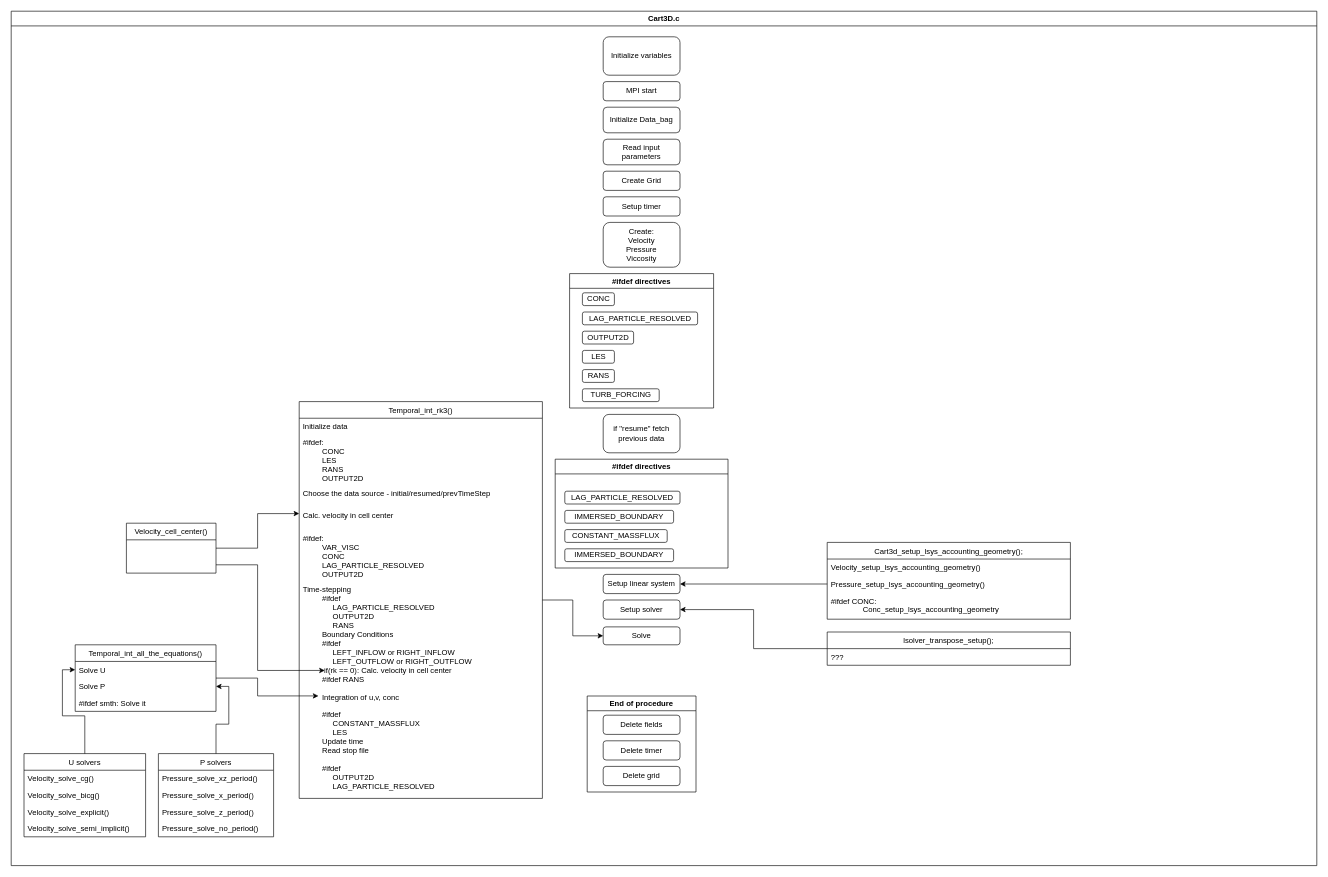
This is Untitled Diagram.drawio from metialex/h5ToVTK, a draw.io file, before an edit. Source tidied: cells renumbered, new cells numbered last; positions are measured from the earlier drawing's top-left corner, leaving out a move shared by most shapes. Both pictures are drawn from the tidied source at 64%, with x=0, y=0 at pixel (11, 11).
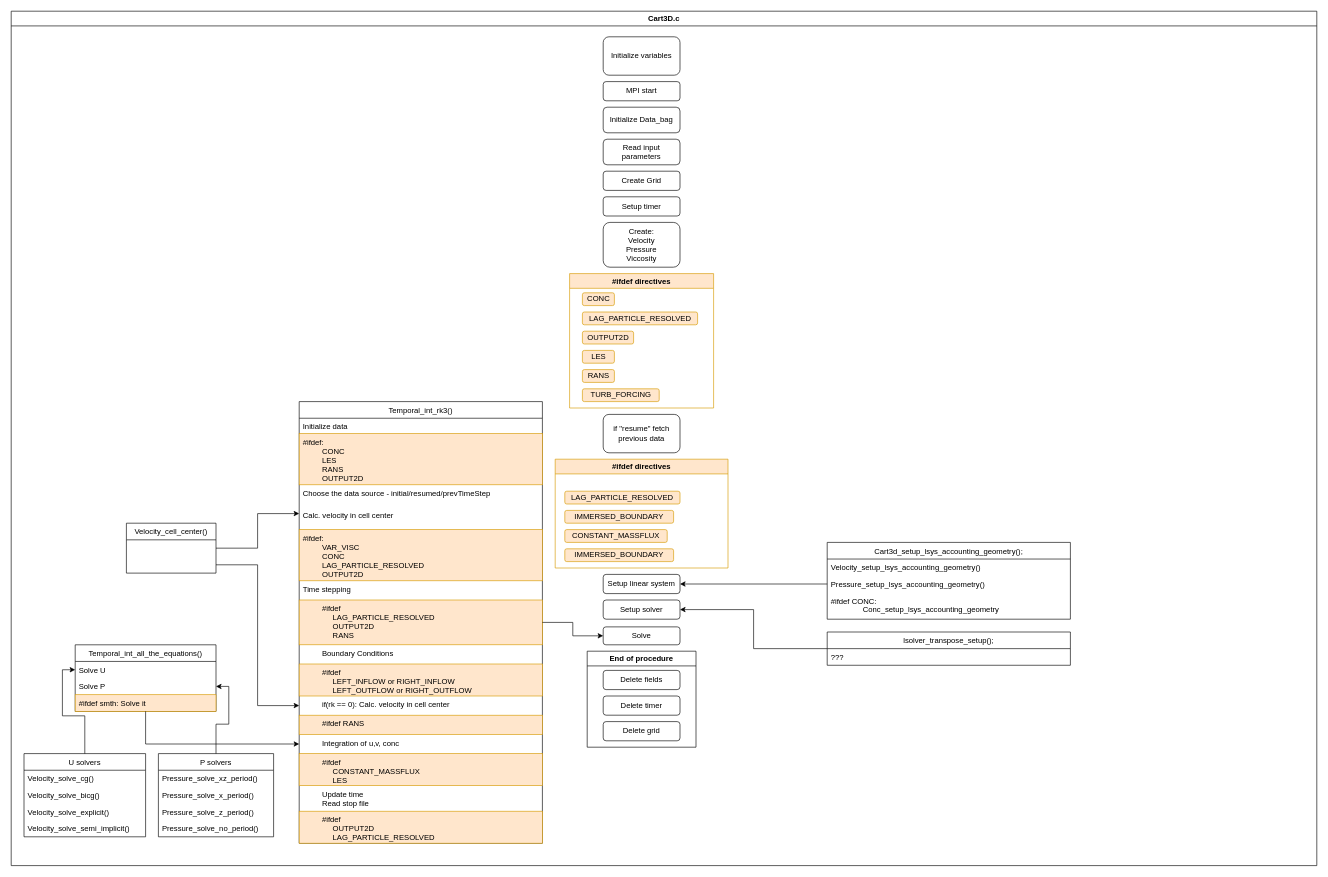
The same diagram, later.

The change refers to these unchanged cells:
```xml
<mxCell id="2" value="Cart3D.c" style="swimlane;" parent="1" vertex="1">
  <mxGeometry width="2040" height="1335" as="geometry" />
</mxCell>
<mxCell id="19" value=" " style="text;strokeColor=none;fillColor=none;align=left;verticalAlign=top;spacingLeft=4;spacingRight=4;overflow=hidden;points=[[0,0.5],[1,0.5]];portConstraint=eastwest;" parent="17" vertex="1">
  <mxGeometry y="52" width="140" height="26" as="geometry" />
</mxCell>
<mxCell id="27" value="Temporal_int_all_the_equations()" style="swimlane;fontStyle=0;horizontal=1;startSize=26;fillColor=none;" parent="2" vertex="1">
  <mxGeometry x="100" y="990" width="220" height="104" as="geometry" />
</mxCell>
```

What changed in the source:
```diff
@@
-    <mxCell id="10" value="#ifdef directives" style="swimlane;" parent="2" vertex="1">
+    <mxCell id="10" value="#ifdef directives" style="swimlane;fillColor=#ffe6cc;strokeColor=#d79b00;" parent="2" vertex="1">
       <mxGeometry x="872.5" y="410" width="225" height="210" as="geometry" />
     </mxCell>
-    <mxCell id="11" value="CONC" style="rounded=1;whiteSpace=wrap;html=1;" parent="10" vertex="1">
+    <mxCell id="11" value="CONC" style="rounded=1;whiteSpace=wrap;html=1;fillColor=#ffe6cc;strokeColor=#d79b00;" parent="10" vertex="1">
       <mxGeometry x="20" y="30" width="50" height="20" as="geometry" />
     </mxCell>
-    <mxCell id="12" value="LAG_PARTICLE_RESOLVED" style="rounded=1;whiteSpace=wrap;html=1;" parent="10" vertex="1">
+    <mxCell id="12" value="LAG_PARTICLE_RESOLVED" style="rounded=1;whiteSpace=wrap;html=1;fillColor=#ffe6cc;strokeColor=#d79b00;" parent="10" vertex="1">
       <mxGeometry x="20" y="60" width="180" height="20" as="geometry" />
     </mxCell>
-    <mxCell id="13" value="OUTPUT2D" style="rounded=1;whiteSpace=wrap;html=1;" parent="10" vertex="1">
+    <mxCell id="13" value="OUTPUT2D" style="rounded=1;whiteSpace=wrap;html=1;fillColor=#ffe6cc;strokeColor=#d79b00;" parent="10" vertex="1">
       <mxGeometry x="20" y="90" width="80" height="20" as="geometry" />
     </mxCell>
-    <mxCell id="14" value="LES" style="rounded=1;whiteSpace=wrap;html=1;" parent="10" vertex="1">
+    <mxCell id="14" value="LES" style="rounded=1;whiteSpace=wrap;html=1;fillColor=#ffe6cc;strokeColor=#d79b00;" parent="10" vertex="1">
       <mxGeometry x="20" y="120" width="50" height="20" as="geometry" />
     </mxCell>
-    <mxCell id="15" value="RANS" style="rounded=1;whiteSpace=wrap;html=1;" parent="10" vertex="1">
+    <mxCell id="15" value="RANS" style="rounded=1;whiteSpace=wrap;html=1;fillColor=#ffe6cc;strokeColor=#d79b00;" parent="10" vertex="1">
       <mxGeometry x="20" y="150" width="50" height="20" as="geometry" />
     </mxCell>
-    <mxCell id="16" value="TURB_FORCING" style="rounded=1;whiteSpace=wrap;html=1;" parent="10" vertex="1">
+    <mxCell id="16" value="TURB_FORCING" style="rounded=1;whiteSpace=wrap;html=1;fillColor=#ffe6cc;strokeColor=#d79b00;" parent="10" vertex="1">
       <mxGeometry x="20" y="180" width="120" height="20" as="geometry" />
     </mxCell>
@@
     <mxCell id="20" value="Temporal_int_rk3()" style="swimlane;fontStyle=0;horizontal=1;startSize=26;fillColor=none;" parent="2" vertex="1">
-      <mxGeometry x="450" y="610" width="380" height="620" as="geometry" />
+      <mxGeometry x="450" y="610" width="380" height="690" as="geometry" />
     </mxCell>
@@
-    <mxCell id="22" value="#ifdef:&#10;         CONC&#10;         LES&#10;         RANS&#10;         OUTPUT2D&#10;&#10;" style="text;strokeColor=none;fillColor=none;align=left;verticalAlign=top;spacingLeft=4;spacingRight=4;overflow=hidden;" parent="20" vertex="1">
+    <mxCell id="22" value="#ifdef:&#10;         CONC&#10;         LES&#10;         RANS&#10;         OUTPUT2D&#10;&#10;" style="text;strokeColor=#d79b00;fillColor=#ffe6cc;align=left;verticalAlign=top;spacingLeft=4;spacingRight=4;overflow=hidden;" parent="20" vertex="1">
       <mxGeometry y="50" width="380" height="80" as="geometry" />
     </mxCell>
@@
-    <mxCell id="25" value="#ifdef:&#10;         VAR_VISC&#10;         CONC&#10;         LAG_PARTICLE_RESOLVED&#10;         OUTPUT2D&#10;" style="text;strokeColor=none;fillColor=none;align=left;verticalAlign=top;spacingLeft=4;spacingRight=4;overflow=hidden;" parent="20" vertex="1">
+    <mxCell id="25" value="#ifdef:&#10;         VAR_VISC&#10;         CONC&#10;         LAG_PARTICLE_RESOLVED&#10;         OUTPUT2D&#10;" style="text;strokeColor=#d79b00;fillColor=#ffe6cc;align=left;verticalAlign=top;spacingLeft=4;spacingRight=4;overflow=hidden;" parent="20" vertex="1">
       <mxGeometry y="200" width="380" height="80" as="geometry" />
     </mxCell>
-    <mxCell id="26" value="Time-stepping&#10;         #ifdef&#10;              LAG_PARTICLE_RESOLVED&#10;              OUTPUT2D&#10;              RANS&#10;         Boundary Conditions&#10;         #ifdef&#10;              LEFT_INFLOW or RIGHT_INFLOW&#10;              LEFT_OUTFLOW or RIGHT_OUTFLOW&#10;          if(rk == 0): Calc. velocity in cell center&#10;         #ifdef RANS&#10;      &#10;         Integration of u,v, conc&#10;&#10;         #ifdef&#10;              CONSTANT_MASSFLUX&#10;              LES&#10;         Update time&#10;         Read stop file&#10;&#10;         #ifdef&#10;              OUTPUT2D&#10;              LAG_PARTICLE_RESOLVED&#10;&#10;         &#10;&#10;&#10;" style="text;strokeColor=none;fillColor=none;align=left;verticalAlign=top;spacingLeft=4;spacingRight=4;overflow=hidden;points=[[0,0.5],[1,0.5]];portConstraint=eastwest;" parent="20" vertex="1">
-      <mxGeometry y="280" width="380" height="340" as="geometry" />
-    </mxCell>
+    <mxCell id="68" value="Time stepping" style="text;strokeColor=none;fillColor=none;align=left;verticalAlign=top;spacingLeft=4;spacingRight=4;overflow=hidden;" parent="20" vertex="1">
+      <mxGeometry y="280" width="380" height="30" as="geometry" />
+    </mxCell>
+    <mxCell id="69" value="         #ifdef&#10;              LAG_PARTICLE_RESOLVED&#10;              OUTPUT2D&#10;              RANS" style="text;strokeColor=#d79b00;fillColor=#ffe6cc;align=left;verticalAlign=top;spacingLeft=4;spacingRight=4;overflow=hidden;" parent="20" vertex="1">
+      <mxGeometry y="310" width="380" height="70" as="geometry" />
+    </mxCell>
+    <mxCell id="70" value="         Boundary Conditions" style="text;strokeColor=none;fillColor=none;align=left;verticalAlign=top;spacingLeft=4;spacingRight=4;overflow=hidden;" parent="20" vertex="1">
+      <mxGeometry y="380" width="380" height="30" as="geometry" />
+    </mxCell>
+    <mxCell id="71" value="         #ifdef&#10;              LEFT_INFLOW or RIGHT_INFLOW&#10;              LEFT_OUTFLOW or RIGHT_OUTFLOW" style="text;strokeColor=#d79b00;fillColor=#ffe6cc;align=left;verticalAlign=top;spacingLeft=4;spacingRight=4;overflow=hidden;" parent="20" vertex="1">
+      <mxGeometry y="410" width="380" height="50" as="geometry" />
+    </mxCell>
+    <mxCell id="72" value="         if(rk == 0): Calc. velocity in cell center" style="text;strokeColor=none;fillColor=none;align=left;verticalAlign=top;spacingLeft=4;spacingRight=4;overflow=hidden;points=[[0,0.5],[1,0.5]];portConstraint=eastwest;" parent="20" vertex="1">
+      <mxGeometry y="460" width="380" height="30" as="geometry" />
+    </mxCell>
+    <mxCell id="73" value="         #ifdef RANS" style="text;strokeColor=#d79b00;fillColor=#ffe6cc;align=left;verticalAlign=top;spacingLeft=4;spacingRight=4;overflow=hidden;" parent="20" vertex="1">
+      <mxGeometry y="490" width="380" height="30" as="geometry" />
+    </mxCell>
+    <mxCell id="74" value="         Integration of u,v, conc" style="text;strokeColor=none;fillColor=none;align=left;verticalAlign=top;spacingLeft=4;spacingRight=4;overflow=hidden;points=[[0,0.5],[1,0.5]];portConstraint=eastwest;" parent="20" vertex="1">
+      <mxGeometry y="520" width="380" height="30" as="geometry" />
+    </mxCell>
+    <mxCell id="75" value="         #ifdef&#10;              CONSTANT_MASSFLUX&#10;              LES" style="text;strokeColor=#d79b00;fillColor=#ffe6cc;align=left;verticalAlign=top;spacingLeft=4;spacingRight=4;overflow=hidden;" parent="20" vertex="1">
+      <mxGeometry y="550" width="380" height="50" as="geometry" />
+    </mxCell>
+    <mxCell id="76" value="         Update time&#10;         Read stop file" style="text;strokeColor=none;fillColor=none;align=left;verticalAlign=top;spacingLeft=4;spacingRight=4;overflow=hidden;" parent="20" vertex="1">
+      <mxGeometry y="600" width="380" height="40" as="geometry" />
+    </mxCell>
+    <mxCell id="77" value="         #ifdef&#10;              OUTPUT2D&#10;              LAG_PARTICLE_RESOLVED" style="text;strokeColor=#d79b00;fillColor=#ffe6cc;align=left;verticalAlign=top;spacingLeft=4;spacingRight=4;overflow=hidden;" parent="20" vertex="1">
+      <mxGeometry y="640" width="380" height="50" as="geometry" />
+    </mxCell>
@@
-    <mxCell id="30" value="#ifdef smth: Solve it" style="text;strokeColor=none;fillColor=none;align=left;verticalAlign=top;spacingLeft=4;spacingRight=4;overflow=hidden;" parent="27" vertex="1">
+    <mxCell id="30" value="#ifdef smth: Solve it" style="text;strokeColor=#d79b00;fillColor=#ffe6cc;align=left;verticalAlign=top;spacingLeft=4;spacingRight=4;overflow=hidden;" parent="27" vertex="1">
       <mxGeometry y="78" width="220" height="26" as="geometry" />
     </mxCell>
@@
-    <mxCell id="38" value="#ifdef directives" style="swimlane;" parent="2" vertex="1">
+    <mxCell id="38" value="#ifdef directives" style="swimlane;fillColor=#ffe6cc;strokeColor=#d79b00;" parent="2" vertex="1">
       <mxGeometry x="850" y="700" width="270" height="170" as="geometry" />
     </mxCell>
-    <mxCell id="39" value="IMMERSED_BOUNDARY" style="rounded=1;whiteSpace=wrap;html=1;" parent="38" vertex="1">
+    <mxCell id="39" value="IMMERSED_BOUNDARY" style="rounded=1;whiteSpace=wrap;html=1;fillColor=#ffe6cc;strokeColor=#d79b00;" parent="38" vertex="1">
       <mxGeometry x="15" y="80" width="170" height="20" as="geometry" />
     </mxCell>
-    <mxCell id="40" value="LAG_PARTICLE_RESOLVED" style="rounded=1;whiteSpace=wrap;html=1;" parent="38" vertex="1">
+    <mxCell id="40" value="LAG_PARTICLE_RESOLVED" style="rounded=1;whiteSpace=wrap;html=1;fillColor=#ffe6cc;strokeColor=#d79b00;" parent="38" vertex="1">
       <mxGeometry x="15" y="50" width="180" height="20" as="geometry" />
     </mxCell>
-    <mxCell id="41" value="CONSTANT_MASSFLUX" style="rounded=1;whiteSpace=wrap;html=1;" parent="38" vertex="1">
+    <mxCell id="41" value="CONSTANT_MASSFLUX" style="rounded=1;whiteSpace=wrap;html=1;fillColor=#ffe6cc;strokeColor=#d79b00;" parent="38" vertex="1">
       <mxGeometry x="15" y="110" width="160" height="20" as="geometry" />
     </mxCell>
-    <mxCell id="42" value="IMMERSED_BOUNDARY" style="rounded=1;whiteSpace=wrap;html=1;" parent="38" vertex="1">
+    <mxCell id="42" value="IMMERSED_BOUNDARY" style="rounded=1;whiteSpace=wrap;html=1;fillColor=#ffe6cc;strokeColor=#d79b00;" parent="38" vertex="1">
       <mxGeometry x="15" y="140" width="170" height="20" as="geometry" />
     </mxCell>
@@
-    <mxCell id="47" style="edgeStyle=orthogonalEdgeStyle;rounded=0;jettySize=auto;html=1;entryX=0.079;entryY=0.529;entryDx=0;entryDy=0;entryPerimeter=0;" parent="2" edge="1" source="27" target="26">
+    <mxCell id="47" style="edgeStyle=orthogonalEdgeStyle;rounded=0;jettySize=auto;html=1;entryX=0;entryY=0.5;entryDx=0;entryDy=0;" parent="2" edge="1" source="27" target="74">
       <mxGeometry relative="1" as="geometry" />
     </mxCell>
     <mxCell id="48" value="End of procedure" style="swimlane;" parent="2" vertex="1">
-      <mxGeometry x="900" y="1070" width="170" height="150" as="geometry" />
+      <mxGeometry x="900" y="1000" width="170" height="150" as="geometry" />
     </mxCell>
@@
-    <mxCell id="55" style="edgeStyle=orthogonalEdgeStyle;rounded=0;jettySize=auto;html=1;entryX=0.105;entryY=0.412;entryDx=0;entryDy=0;entryPerimeter=0;" parent="2" edge="1" source="19" target="26">
+    <mxCell id="55" style="edgeStyle=orthogonalEdgeStyle;rounded=0;jettySize=auto;html=1;" parent="2" edge="1" source="19" target="72">
       <mxGeometry relative="1" as="geometry" />
     </mxCell>
```
